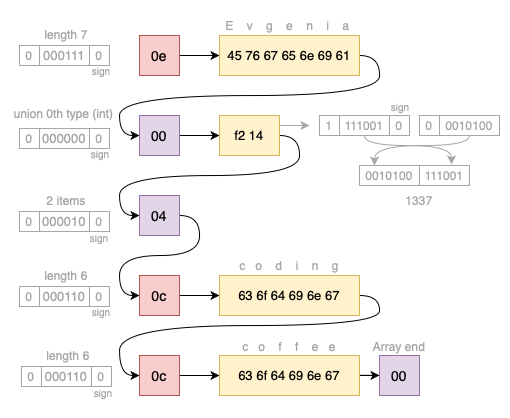
Earlier version of the draw.io export images/avro.png (Genvekt/data-encoding-techniques). Source tidied: cells renumbered, new cells last; positions are measured from the earlier drawing's top-left corner, leaving out a move shared by most shapes.
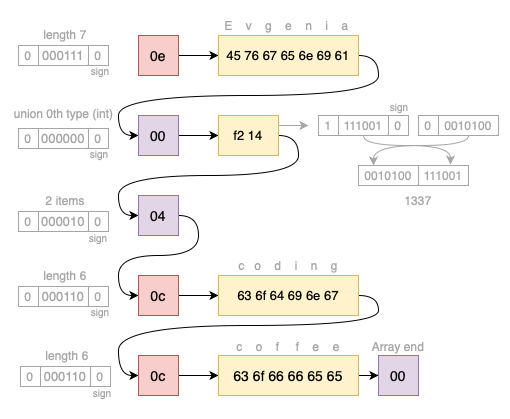
Later version of the same file.

The edit, as a diff of the source:
```diff
@@ -71,10 +71,10 @@
     <mxCell id="21" style="edgeStyle=orthogonalEdgeStyle;rounded=0;jettySize=auto;html=1;" parent="1" edge="1" source="22" target="24">
       <mxGeometry relative="1" as="geometry" />
     </mxCell>
-    <mxCell id="22" value="&lt;pre style=&quot;border-color: var(--border-color); text-align: start; color: rgb(169, 183, 198); font-family: &amp;quot;JetBrains Mono&amp;quot;, monospace; font-size: 9.8pt;&quot;&gt;&lt;pre style=&quot;border-color: var(--border-color); caret-color: rgb(0, 0, 0); color: rgb(0, 0, 0); font-size: 9.8pt;&quot;&gt;&lt;pre style=&quot;border-color: var(--border-color); font-size: 9.8pt;&quot;&gt;&lt;font style=&quot;border-color: var(--border-color);&quot; face=&quot;Helvetica&quot;&gt;63 6f 64 69 6e 67&lt;br style=&quot;border-color: var(--border-color);&quot;&gt;&lt;/font&gt;&lt;/pre&gt;&lt;/pre&gt;&lt;/pre&gt;" style="rounded=0;whiteSpace=wrap;html=1;fillColor=#fff2cc;strokeColor=#d6b656;" parent="1" vertex="1">
+    <mxCell id="22" value="&lt;pre style=&quot;border-color: var(--border-color); text-align: start; color: rgb(169, 183, 198); font-family: &amp;quot;JetBrains Mono&amp;quot;, monospace; font-size: 9.8pt;&quot;&gt;&lt;pre style=&quot;border-color: var(--border-color); caret-color: rgb(0, 0, 0); color: rgb(0, 0, 0); font-size: 9.8pt;&quot;&gt;&lt;pre style=&quot;border-color: var(--border-color); font-size: 9.8pt;&quot;&gt;&lt;font style=&quot;border-color: var(--border-color);&quot; face=&quot;Helvetica&quot;&gt;&lt;pre style=&quot;border-color: var(--border-color); font-size: 12px;&quot;&gt;&lt;font style=&quot;border-color: var(--border-color); font-size: 14px;&quot; face=&quot;Helvetica&quot;&gt;63 6f 66 66 65 65&lt;/font&gt;&lt;/pre&gt;&lt;/font&gt;&lt;/pre&gt;&lt;/pre&gt;&lt;/pre&gt;" style="rounded=0;whiteSpace=wrap;html=1;fillColor=#fff2cc;strokeColor=#d6b656;" parent="1" vertex="1">
       <mxGeometry x="208" y="345" width="140" height="40" as="geometry" />
     </mxCell>
-    <mxCell id="23" value="&lt;font color=&quot;#a6a6a6&quot;&gt;c &amp;nbsp; o &amp;nbsp; &amp;nbsp;f &amp;nbsp; &amp;nbsp;f &amp;nbsp; &amp;nbsp;e &amp;nbsp; e&lt;/font&gt;" style="text;html=1;strokeColor=none;fillColor=none;align=center;verticalAlign=middle;whiteSpace=wrap;rounded=0;" parent="1" vertex="1">
+    <mxCell id="23" value="&lt;font color=&quot;#a6a6a6&quot;&gt;c &amp;nbsp; &amp;nbsp;o &amp;nbsp; &amp;nbsp;f &amp;nbsp; &amp;nbsp; f &amp;nbsp; &amp;nbsp;e &amp;nbsp; &amp;nbsp;e&lt;/font&gt;" style="text;html=1;strokeColor=none;fillColor=none;align=center;verticalAlign=middle;whiteSpace=wrap;rounded=0;" parent="1" vertex="1">
       <mxGeometry x="208" y="321" width="140" height="30" as="geometry" />
     </mxCell>
     <mxCell id="24" value="&lt;span style=&quot;font-size: 14px;&quot;&gt;00&lt;/span&gt;" style="rounded=0;whiteSpace=wrap;html=1;fillColor=#e1d5e7;strokeColor=#9673a6;" parent="1" vertex="1">
```
